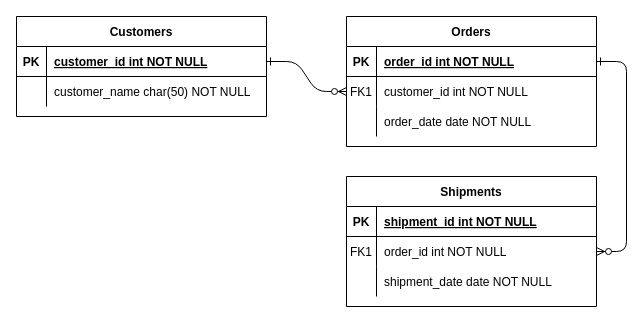
Earlier version of the draw.io diagram Untitled Diagram.drawio (slumberingWoods/ERDs-with-draw.io). Source tidied: cells renumbered, new cells numbered last; positions are measured from the earlier drawing's top-left corner, leaving out a move shared by most shapes. Both pictures are drawn from the tidied source at 100%, with x=0, y=0 at pixel (16, 16).
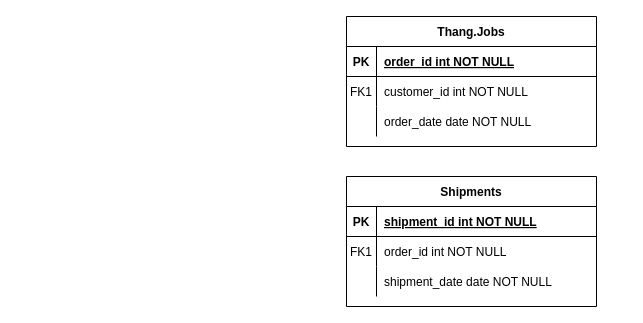
The same page after the edit.

Unchanged cells that the change refers to:
```xml
<mxCell id="5" style="shape=partialRectangle;fillColor=none;points=[[0,0.5],[1,0.5]];portConstraint=eastwest;top=0;left=0;right=0;bottom=1;" parent="4" vertex="1">
  <mxGeometry y="30" width="250" height="30" as="geometry" />
</mxCell>
<mxCell id="8" style="shape=partialRectangle;fillColor=none;points=[[0,0.5],[1,0.5]];portConstraint=eastwest;top=0;left=0;right=0;bottom=0;" parent="4" vertex="1">
  <mxGeometry y="60" width="250" height="30" as="geometry" />
</mxCell>
<mxCell id="18" style="shape=partialRectangle;fillColor=none;points=[[0,0.5],[1,0.5]];portConstraint=eastwest;top=0;left=0;right=0;bottom=0;" parent="14" vertex="1">
  <mxGeometry y="60" width="250" height="30" as="geometry" />
</mxCell>
```

Change to the diagram source:
```diff
@@
-    <mxCell id="2" style="edgeStyle=entityRelationEdgeStyle;endArrow=ERzeroToMany;startArrow=ERone;endFill=1;startFill=0;" parent="1" edge="1" source="25" target="8">
-      <mxGeometry relative="1" as="geometry" />
-    </mxCell>
-    <mxCell id="3" style="edgeStyle=entityRelationEdgeStyle;endArrow=ERzeroToMany;startArrow=ERone;endFill=1;startFill=0;" parent="1" edge="1" source="5" target="18">
-      <mxGeometry relative="1" as="geometry" />
-    </mxCell>
-    <mxCell id="4" value="Orders" style="shape=table;startSize=30;childLayout=tableLayout;rowLines=0;fontStyle=1;align=center;" parent="1" vertex="1">
+    <mxCell id="4" value="Thang.Jobs" style="shape=table;startSize=30;childLayout=tableLayout;rowLines=0;fontStyle=1;align=center;" parent="1" vertex="1">
       <mxGeometry x="330" width="250" height="130" as="geometry" />
     </mxCell>
@@
-    <mxCell id="24" value="Customers" style="shape=table;startSize=30;childLayout=tableLayout;rowLines=0;fontStyle=1;align=center;" parent="1" vertex="1">
-      <mxGeometry width="250" height="100" as="geometry" />
-    </mxCell>
-    <mxCell id="25" style="shape=partialRectangle;fillColor=none;points=[[0,0.5],[1,0.5]];portConstraint=eastwest;top=0;left=0;right=0;bottom=1;" parent="24" vertex="1">
-      <mxGeometry y="30" width="250" height="30" as="geometry" />
-    </mxCell>
-    <mxCell id="26" value="PK" style="shape=partialRectangle;overflow=hidden;fillColor=none;top=0;left=0;bottom=0;right=0;fontStyle=1;" parent="25" vertex="1">
-      <mxGeometry width="30" height="30" as="geometry" />
-    </mxCell>
-    <mxCell id="27" value="customer_id int NOT NULL " style="shape=partialRectangle;overflow=hidden;fillColor=none;top=0;left=0;bottom=0;right=0;align=left;spacingLeft=6;fontStyle=5;" parent="25" vertex="1">
-      <mxGeometry x="30" width="220" height="30" as="geometry" />
-    </mxCell>
-    <mxCell id="28" style="shape=partialRectangle;fillColor=none;top=0;left=0;right=0;bottom=0;" parent="24" vertex="1">
-      <mxGeometry y="60" width="250" height="30" as="geometry" />
-    </mxCell>
-    <mxCell id="29" style="shape=partialRectangle;overflow=hidden;fillColor=none;top=0;left=0;bottom=0;right=0;" parent="28" vertex="1">
-      <mxGeometry width="30" height="30" as="geometry" />
-    </mxCell>
-    <mxCell id="30" value="customer_name char(50) NOT NULL" style="shape=partialRectangle;overflow=hidden;fillColor=none;top=0;left=0;bottom=0;right=0;align=left;spacingLeft=6;" parent="28" vertex="1">
-      <mxGeometry x="30" width="220" height="30" as="geometry" />
-    </mxCell>
```
